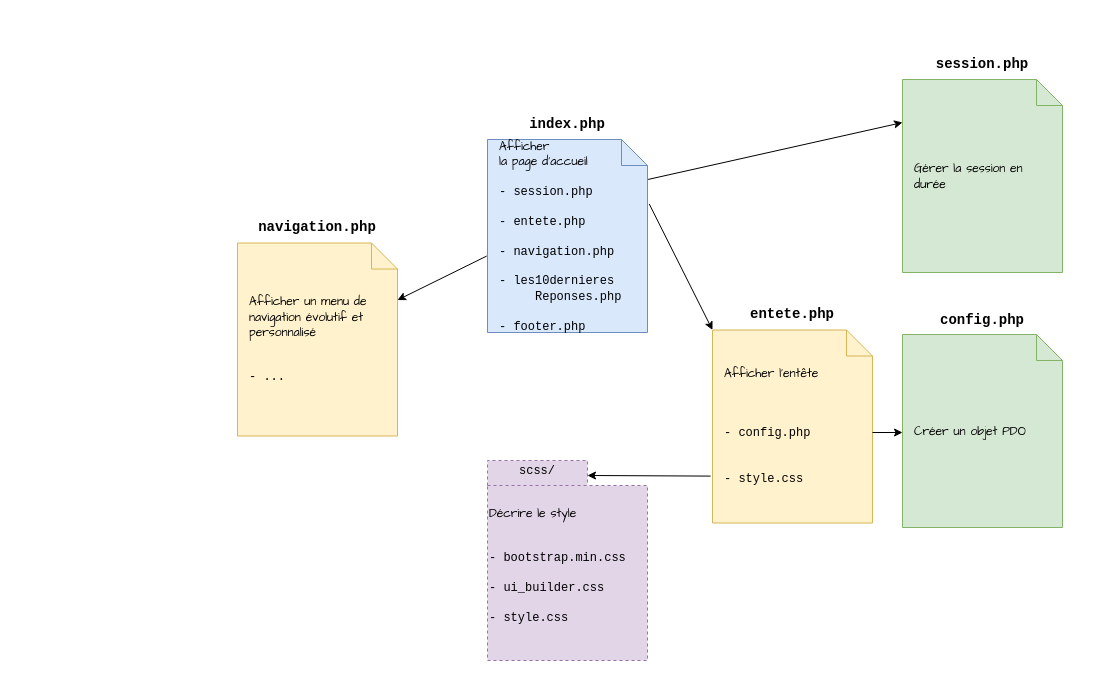
Above: page "Specification" (2 of 3) of img/nSieds.drawio in ericECmorlaix/ericECmorlaix.github.io (draw.io), before the change. Source tidied: cells renumbered, new cells numbered last; positions are measured from the earlier drawing's top-left corner, leaving out a move shared by most shapes. Both pictures are drawn from the tidied source at 100%, with x=0, y=0 at pixel (237, 52).
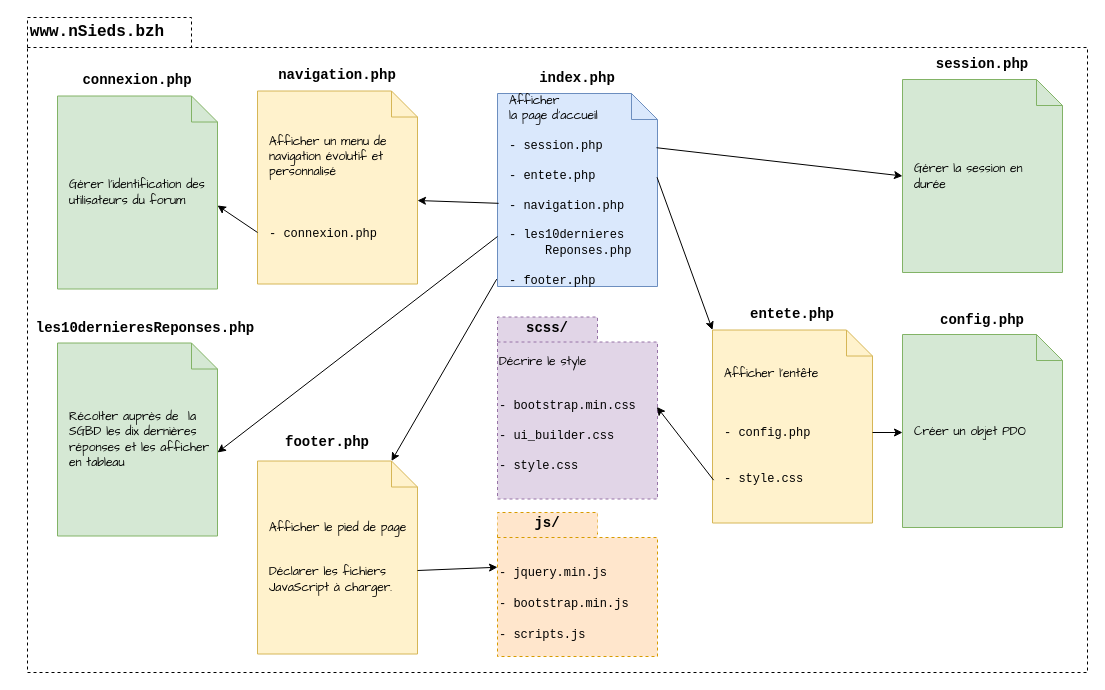
The same diagram, later.

Unchanged cells that the change refers to:
```xml
<mxCell id="4" value="&lt;font face=&quot;Comic Sans MS&quot;&gt;Gérer la session en durée&amp;nbsp;&lt;/font&gt;" style="shape=note;size=26;align=left;spacingLeft=10;html=1;whiteSpace=wrap;fillColor=#d5e8d4;strokeColor=#82b366;" parent="1" vertex="1">
  <mxGeometry x="665" y="27" width="160" height="193" as="geometry" />
</mxCell>
<mxCell id="8" value="&lt;font face=&quot;Comic Sans MS&quot;&gt;Afficher l'entête&lt;br&gt;&lt;/font&gt;&lt;br&gt;&lt;br&gt;&lt;br&gt;&lt;font face=&quot;Courier New&quot;&gt;- config.php&lt;br&gt;&lt;br&gt;&lt;br&gt;- style.css&lt;br&gt;&lt;/font&gt;" style="shape=note;size=26;align=left;spacingLeft=10;html=1;whiteSpace=wrap;fillColor=#fff2cc;strokeColor=#d6b656;" parent="1" vertex="1">
  <mxGeometry x="475" y="277.5" width="160" height="193" as="geometry" />
</mxCell>
```

The edit, as a diff of the source:
```diff
@@
+    <mxCell id="19" value="&lt;font face=&quot;Courier New&quot;&gt;&lt;br&gt;&lt;/font&gt;" style="shape=folder;spacingTop=10;tabWidth=164;tabHeight=30;tabPosition=left;html=1;dashed=1;fillColor=none;strokeColor=#000000;align=left;" parent="1" vertex="1">
+      <mxGeometry x="-210" y="-35" width="1060" height="655" as="geometry" />
+    </mxCell>
     <mxCell id="2" value="&lt;font face=&quot;Comic Sans MS&quot;&gt;Afficher&lt;br&gt;la page d'accueil&lt;/font&gt;&lt;br&gt;&lt;br&gt;&lt;font face=&quot;Courier New&quot;&gt;- session.php&lt;/font&gt;&lt;br&gt;&lt;br&gt;&lt;font face=&quot;Courier New&quot;&gt;- entete.php&lt;/font&gt;&lt;br&gt;&lt;br&gt;&lt;font face=&quot;Courier New&quot;&gt;- navigation.php&lt;/font&gt;&lt;br&gt;&lt;br&gt;&lt;font face=&quot;Courier New&quot;&gt;- les10dernieres&lt;/font&gt;&lt;br&gt;&lt;font face=&quot;Courier New&quot;&gt;&amp;nbsp; &amp;nbsp; &amp;nbsp;Reponses.php&lt;/font&gt;&lt;br&gt;&lt;br&gt;&lt;font face=&quot;Courier New&quot;&gt;- footer.php&lt;/font&gt;" style="shape=note;size=26;align=left;spacingLeft=10;html=1;whiteSpace=wrap;fillColor=#dae8fc;strokeColor=#6c8ebf;" parent="1" vertex="1">
-      <mxGeometry x="250" y="87" width="160" height="193" as="geometry" />
+      <mxGeometry x="260" y="41" width="160" height="193" as="geometry" />
     </mxCell>
     <mxCell id="3" value="&lt;font face=&quot;Courier New&quot; size=&quot;1&quot;&gt;&lt;b style=&quot;font-size: 14px&quot;&gt;index.php&lt;/b&gt;&lt;/font&gt;" style="text;html=1;strokeColor=none;fillColor=none;align=center;verticalAlign=middle;whiteSpace=wrap;rounded=0;" parent="1" vertex="1">
-      <mxGeometry x="280" y="60" width="100" height="23" as="geometry" />
+      <mxGeometry x="290" y="14" width="100" height="23" as="geometry" />
     </mxCell>
@@
-    <mxCell id="10" style="endArrow=classic;html=1;entryX=0;entryY=0;entryDx=0;entryDy=0;entryPerimeter=0;exitX=1.011;exitY=0.334;exitDx=0;exitDy=0;exitPerimeter=0;" parent="1" edge="1" source="2" target="8">
+    <mxCell id="10" style="endArrow=classic;html=1;entryX=0;entryY=0;entryDx=0;entryDy=0;entryPerimeter=0;exitX=0.997;exitY=0.434;exitDx=0;exitDy=0;exitPerimeter=0;" parent="1" edge="1" source="2" target="8">
       <mxGeometry relative="1" as="geometry" />
     </mxCell>
-    <mxCell id="11" style="endArrow=classic;html=1;entryX=0;entryY=0.223;entryDx=0;entryDy=0;entryPerimeter=0;exitX=1.004;exitY=0.207;exitDx=0;exitDy=0;exitPerimeter=0;" parent="1" edge="1" source="2" target="4">
+    <mxCell id="11" style="endArrow=classic;html=1;entryX=0;entryY=0.5;entryDx=0;entryDy=0;entryPerimeter=0;exitX=0.994;exitY=0.281;exitDx=0;exitDy=0;exitPerimeter=0;" parent="1" edge="1" source="2" target="4">
       <mxGeometry relative="1" as="geometry" />
     </mxCell>
@@
-    <mxCell id="13" value="&lt;font face=&quot;Comic Sans MS&quot;&gt;Afficher un menu de navigation évolutif et personnalisé&lt;br&gt;&lt;/font&gt;&lt;br&gt;&lt;br&gt;&lt;font face=&quot;Courier New&quot;&gt;- ...&lt;/font&gt;" style="shape=note;size=26;align=left;spacingLeft=10;html=1;whiteSpace=wrap;fillColor=#fff2cc;strokeColor=#d6b656;" parent="1" vertex="1">
-      <mxGeometry y="190.5" width="160" height="193" as="geometry" />
+    <mxCell id="13" value="&lt;font face=&quot;Comic Sans MS&quot;&gt;Afficher un menu de navigation évolutif et personnalisé&lt;/font&gt;&lt;br&gt;&lt;font face=&quot;Courier New&quot;&gt;&lt;br&gt;&lt;br&gt;&lt;br&gt;- connexion.php&lt;/font&gt;" style="shape=note;size=26;align=left;spacingLeft=10;html=1;whiteSpace=wrap;fillColor=#fff2cc;strokeColor=#d6b656;" parent="1" vertex="1">
+      <mxGeometry x="20" y="38.5" width="160" height="193" as="geometry" />
     </mxCell>
     <mxCell id="14" value="&lt;font face=&quot;Courier New&quot; size=&quot;1&quot;&gt;&lt;b style=&quot;font-size: 14px&quot;&gt;navigation.php&lt;/b&gt;&lt;/font&gt;" style="text;html=1;strokeColor=none;fillColor=none;align=center;verticalAlign=middle;whiteSpace=wrap;rounded=0;" parent="1" vertex="1">
-      <mxGeometry x="30" y="163.5" width="100" height="23" as="geometry" />
+      <mxGeometry x="50" y="11.5" width="100" height="23" as="geometry" />
     </mxCell>
     <mxCell id="15" value="&lt;font face=&quot;Comic Sans MS&quot;&gt;Décrire le style&lt;/font&gt;&lt;br&gt;&lt;br&gt;&lt;br&gt;&lt;font face=&quot;Courier New&quot;&gt;-&amp;nbsp;bootstrap.min.css&lt;/font&gt;&lt;br&gt;&lt;br&gt;&lt;font face=&quot;Courier New&quot;&gt;- ui_builder.css&lt;/font&gt;&lt;br&gt;&lt;br&gt;&lt;font face=&quot;Courier New&quot;&gt;- style.css&lt;/font&gt;" style="shape=folder;spacingTop=10;tabWidth=100;tabHeight=25;tabPosition=left;html=1;dashed=1;fillColor=#e1d5e7;strokeColor=#9673a6;align=left;" parent="1" vertex="1">
-      <mxGeometry x="250" y="408" width="160" height="200" as="geometry" />
+      <mxGeometry x="260" y="264.5" width="160" height="182" as="geometry" />
     </mxCell>
-    <mxCell id="16" value="&lt;font face=&quot;Courier New&quot;&gt;scss/&lt;/font&gt;" style="text;html=1;strokeColor=none;fillColor=none;align=center;verticalAlign=middle;whiteSpace=wrap;rounded=0;" parent="1" vertex="1">
-      <mxGeometry x="250" y="408" width="100" height="20" as="geometry" />
+    <mxCell id="16" value="&lt;font face=&quot;Courier New&quot; style=&quot;font-size: 14px&quot;&gt;&lt;b&gt;scss/&lt;/b&gt;&lt;/font&gt;" style="text;html=1;strokeColor=none;fillColor=none;align=center;verticalAlign=middle;whiteSpace=wrap;rounded=0;" parent="1" vertex="1">
+      <mxGeometry x="260" y="264.5" width="100" height="22" as="geometry" />
     </mxCell>
-    <mxCell id="17" style="endArrow=classic;html=1;entryX=1;entryY=0.75;entryDx=0;entryDy=0;exitX=-0.012;exitY=0.757;exitDx=0;exitDy=0;exitPerimeter=0;" parent="1" edge="1" source="8" target="16">
+    <mxCell id="17" style="endArrow=classic;html=1;entryX=0.996;entryY=0.494;entryDx=0;entryDy=0;exitX=0.007;exitY=0.778;exitDx=0;exitDy=0;exitPerimeter=0;entryPerimeter=0;" parent="1" edge="1" source="8" target="15">
       <mxGeometry relative="1" as="geometry" />
     </mxCell>
-    <mxCell id="18" style="endArrow=classic;html=1;exitX=-0.005;exitY=0.604;exitDx=0;exitDy=0;exitPerimeter=0;" parent="1" edge="1" source="2" target="13">
+    <mxCell id="18" style="endArrow=classic;html=1;entryX=0;entryY=0;entryDx=160;entryDy=109.5;entryPerimeter=0;exitX=0.007;exitY=0.569;exitDx=0;exitDy=0;exitPerimeter=0;" parent="1" edge="1" source="2" target="13">
       <mxGeometry relative="1" as="geometry" />
     </mxCell>
+    <mxCell id="20" value="&lt;font face=&quot;Comic Sans MS&quot;&gt;Récolter auprès de&amp;nbsp; la SGBD les dix dernières réponses et les afficher en tableau&lt;/font&gt;" style="shape=note;size=26;align=left;spacingLeft=10;html=1;whiteSpace=wrap;fillColor=#d5e8d4;strokeColor=#82b366;" parent="1" vertex="1">
+      <mxGeometry x="-180" y="290.5" width="160" height="193" as="geometry" />
+    </mxCell>
+    <mxCell id="21" value="&lt;font style=&quot;font-size: 14px&quot;&gt;&lt;font style=&quot;text-align: left ; font-size: 14px&quot;&gt;les10dernieres&lt;/font&gt;&lt;font style=&quot;text-align: left ; font-size: 14px&quot;&gt;Reponses&lt;/font&gt;.php&lt;/font&gt;" style="text;html=1;strokeColor=none;fillColor=none;align=center;verticalAlign=middle;whiteSpace=wrap;rounded=0;fontFamily=Courier New;fontStyle=1;" parent="1" vertex="1">
+      <mxGeometry x="-177" y="264.5" width="170" height="23" as="geometry" />
+    </mxCell>
+    <mxCell id="22" style="endArrow=classic;html=1;exitX=0;exitY=0.741;exitDx=0;exitDy=0;exitPerimeter=0;entryX=0;entryY=0;entryDx=160;entryDy=109.5;entryPerimeter=0;" parent="1" edge="1" source="2" target="20">
+      <mxGeometry relative="1" as="geometry" />
+    </mxCell>
+    <mxCell id="23" style="endArrow=classic;html=1;exitX=-0.005;exitY=0.962;exitDx=0;exitDy=0;exitPerimeter=0;entryX=0;entryY=0;entryDx=134;entryDy=0;entryPerimeter=0;" parent="1" edge="1" source="2" target="24">
+      <mxGeometry relative="1" as="geometry" />
+    </mxCell>
+    <mxCell id="24" value="&lt;font face=&quot;Comic Sans MS&quot;&gt;Afficher le pied de page&lt;br&gt;&lt;/font&gt;&lt;br&gt;&lt;br&gt;&lt;font face=&quot;Comic Sans MS&quot;&gt;Déclarer les fichiers JavaScript à charger.&lt;/font&gt;" style="shape=note;size=26;align=left;spacingLeft=10;html=1;whiteSpace=wrap;fillColor=#fff2cc;strokeColor=#d6b656;" parent="1" vertex="1">
+      <mxGeometry x="20" y="408.5" width="160" height="193" as="geometry" />
+    </mxCell>
+    <mxCell id="25" value="&lt;font face=&quot;Courier New&quot; size=&quot;1&quot;&gt;&lt;b style=&quot;font-size: 14px&quot;&gt;footer.php&lt;/b&gt;&lt;/font&gt;" style="text;html=1;strokeColor=none;fillColor=none;align=center;verticalAlign=middle;whiteSpace=wrap;rounded=0;" parent="1" vertex="1">
+      <mxGeometry x="40" y="378.5" width="100" height="23" as="geometry" />
+    </mxCell>
+    <mxCell id="26" value="&lt;br&gt;&lt;br&gt;&lt;font face=&quot;Courier New&quot;&gt;-&amp;nbsp;jquery.min.js&lt;br&gt;&lt;br&gt;- bootstrap.min.js&lt;br&gt;&lt;br&gt;- scripts.js&lt;br&gt;&lt;/font&gt;" style="shape=folder;spacingTop=10;tabWidth=100;tabHeight=25;tabPosition=left;html=1;dashed=1;fillColor=#ffe6cc;strokeColor=#d79b00;align=left;" parent="1" vertex="1">
+      <mxGeometry x="260" y="460" width="160" height="144" as="geometry" />
+    </mxCell>
+    <mxCell id="27" value="&lt;font face=&quot;Courier New&quot; style=&quot;font-size: 14px&quot;&gt;&lt;b&gt;js/&lt;/b&gt;&lt;/font&gt;" style="text;html=1;strokeColor=none;fillColor=#ffe6cc;align=center;verticalAlign=middle;whiteSpace=wrap;rounded=0;" parent="1" vertex="1">
+      <mxGeometry x="260" y="460.5" width="100" height="20" as="geometry" />
+    </mxCell>
+    <mxCell id="28" style="endArrow=classic;html=1;entryX=0;entryY=0;entryDx=0;entryDy=54.75;entryPerimeter=0;exitX=0;exitY=0;exitDx=160;exitDy=109.49999999999999;exitPerimeter=0;" parent="1" edge="1" source="24" target="26">
+      <mxGeometry relative="1" as="geometry" />
+    </mxCell>
+    <mxCell id="29" value="&lt;font face=&quot;Courier New&quot; size=&quot;1&quot;&gt;&lt;b style=&quot;font-size: 16px&quot;&gt;www.nSieds.bzh&lt;/b&gt;&lt;/font&gt;" style="text;html=1;strokeColor=none;fillColor=none;align=center;verticalAlign=middle;whiteSpace=wrap;rounded=0;" parent="1" vertex="1">
+      <mxGeometry x="-220" y="-35" width="160" height="30" as="geometry" />
+    </mxCell>
+    <mxCell id="30" value="&lt;font face=&quot;Comic Sans MS&quot;&gt;Gérer l'identification des utilisateurs du forum&amp;nbsp;&lt;/font&gt;" style="shape=note;size=26;align=left;spacingLeft=10;html=1;whiteSpace=wrap;fillColor=#d5e8d4;strokeColor=#82b366;" parent="1" vertex="1">
+      <mxGeometry x="-180" y="43.5" width="160" height="193" as="geometry" />
+    </mxCell>
+    <mxCell id="31" value="&lt;span style=&quot;font-family: &amp;#34;courier new&amp;#34; ; text-align: left&quot;&gt;&lt;font style=&quot;font-size: 14px&quot;&gt;&lt;b&gt;connexion.php&lt;/b&gt;&lt;/font&gt;&lt;/span&gt;" style="text;html=1;strokeColor=none;fillColor=none;align=center;verticalAlign=middle;whiteSpace=wrap;rounded=0;" parent="1" vertex="1">
+      <mxGeometry x="-150" y="16.5" width="100" height="23" as="geometry" />
+    </mxCell>
+    <mxCell id="32" style="endArrow=classic;html=1;fontFamily=Courier New;entryX=0;entryY=0;entryDx=160;entryDy=109.49999999999999;entryPerimeter=0;exitX=0;exitY=0.733;exitDx=0;exitDy=0;exitPerimeter=0;" parent="1" edge="1" source="13" target="30">
+      <mxGeometry relative="1" as="geometry" />
+    </mxCell>
```
